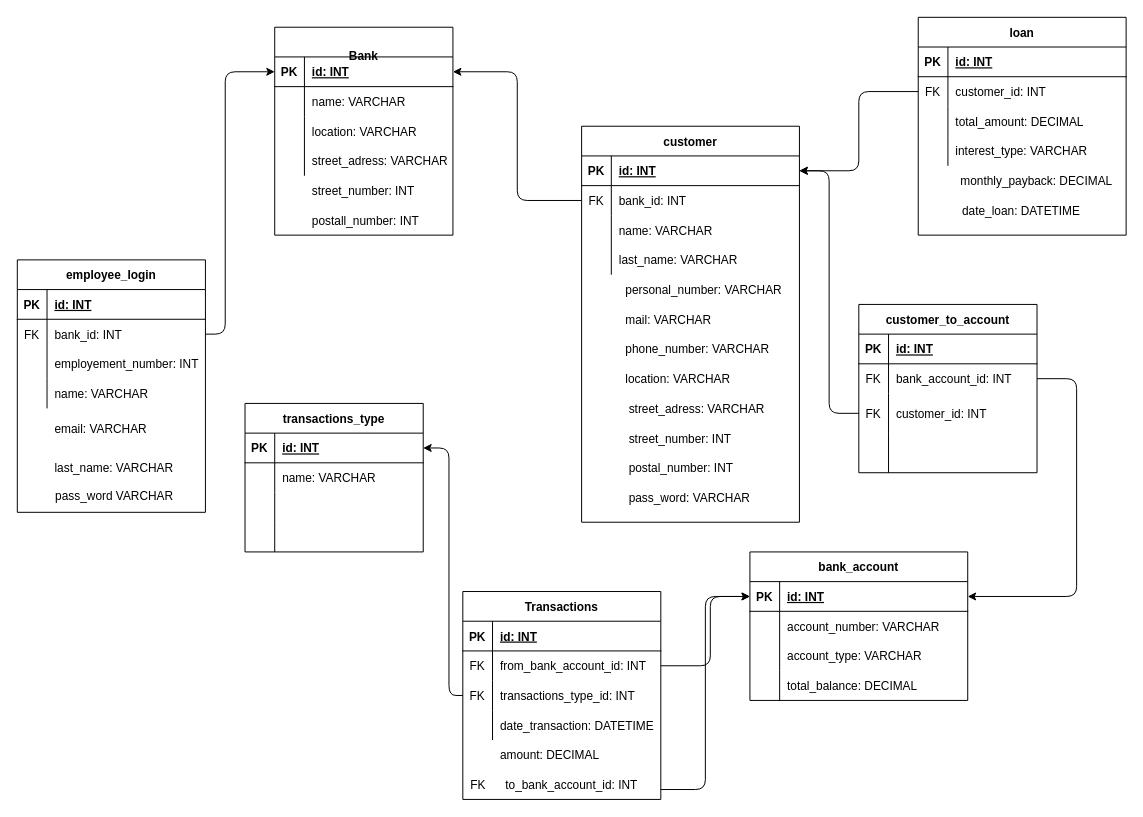
Earlier version of the draw.io diagram KopplingsDiagram.drawio (Svaaan/svansbank). Source tidied: cells renumbered, new cells numbered last; positions are measured from the earlier drawing's top-left corner, leaving out a move shared by most shapes. Both pictures are drawn from the tidied source at 99%, with x=0, y=0 at pixel (17, 17).
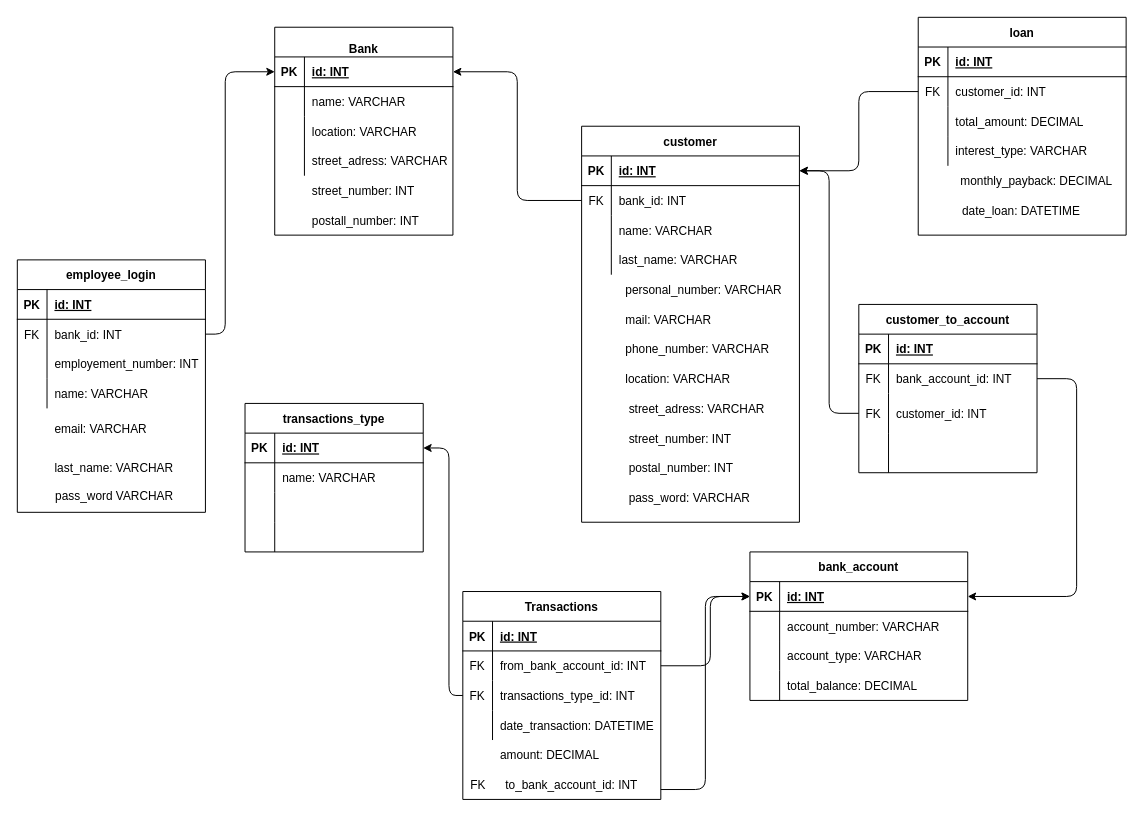
The same diagram, later.

Commit message (it also covers changes not shown here):
final touch på koppling och er diagrammen

Diff of the diagram source:
```diff
@@
-    <mxCell id="2" value="&#10;&#10;Bank" style="shape=table;startSize=30;childLayout=tableLayout;rowLines=0;fontStyle=1;align=center;" parent="1" vertex="1">
+    <mxCell id="2" value="&#10;Bank" style="shape=table;startSize=30;childLayout=tableLayout;rowLines=0;fontStyle=1;align=center;" parent="1" vertex="1">
       <mxGeometry x="260" y="10" width="180" height="210" as="geometry" />
     </mxCell>
```
